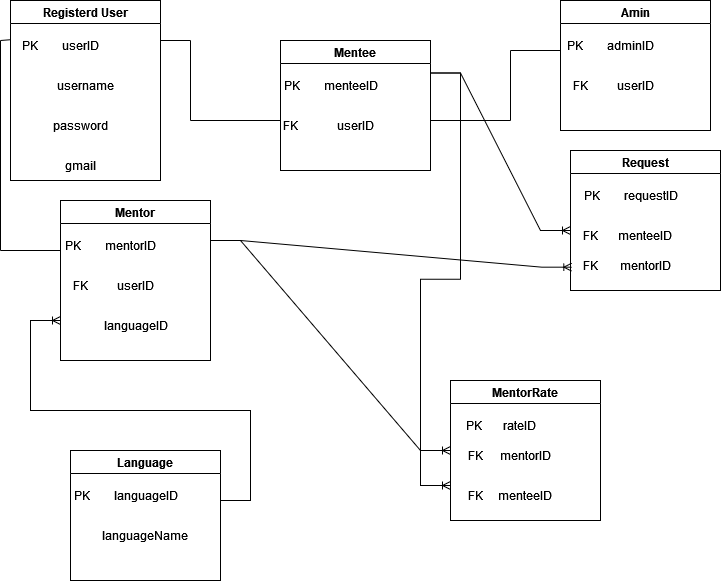
This is HappyProgramming_DB.drawio.png from dungdt23/SWP391_Document, a draw.io export, as it was before one commit. Source tidied: cells renumbered, new cells last; positions are measured from the earlier drawing's top-left corner, leaving out a move shared by most shapes.
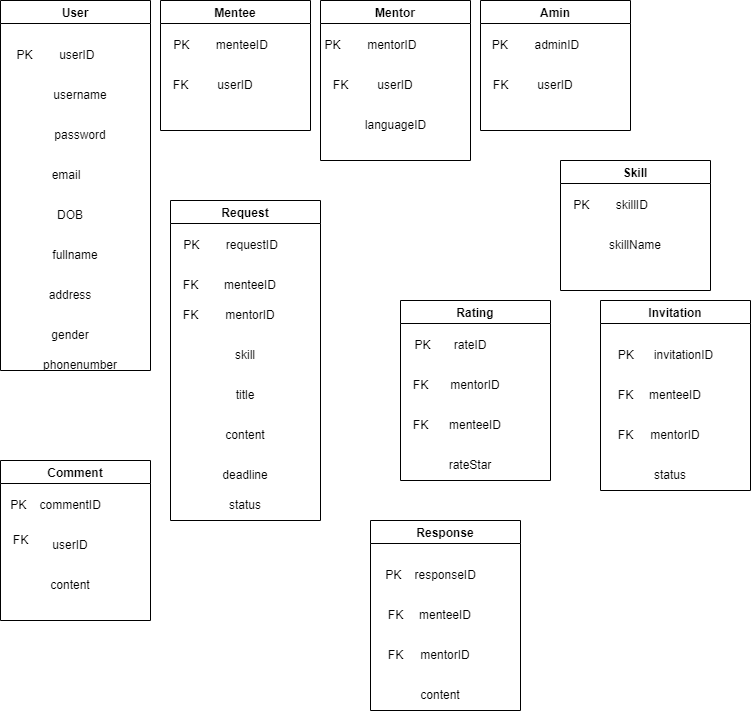
Above is the later version.

Change to the diagram source:
```diff
@@ -2,26 +2,41 @@
   <root>
     <mxCell id="0" />
     <mxCell id="1" parent="0" />
-    <mxCell id="2" value="Registerd User" style="swimlane;" parent="1" vertex="1">
-      <mxGeometry x="10" width="150" height="180" as="geometry" />
+    <mxCell id="2" value="User" style="swimlane;" parent="1" vertex="1">
+      <mxGeometry x="70" y="-30" width="150" height="370" as="geometry" />
     </mxCell>
     <mxCell id="3" value="PK&amp;nbsp;&amp;nbsp;&amp;nbsp;&amp;nbsp;&amp;nbsp;&amp;nbsp;&amp;nbsp; userID" style="text;html=1;align=center;verticalAlign=middle;points=[];strokeColor=none;fillColor=none;" parent="2" vertex="1">
-      <mxGeometry y="30" width="100" height="30" as="geometry" />
+      <mxGeometry x="5" y="40" width="100" height="30" as="geometry" />
     </mxCell>
     <mxCell id="4" value="username" style="text;html=1;strokeColor=none;fillColor=none;align=center;verticalAlign=middle;whiteSpace=wrap;rounded=0;" parent="2" vertex="1">
-      <mxGeometry x="45" y="70" width="60" height="30" as="geometry" />
+      <mxGeometry x="50" y="80" width="60" height="30" as="geometry" />
     </mxCell>
     <mxCell id="5" value="password" style="text;html=1;strokeColor=none;fillColor=none;align=center;verticalAlign=middle;whiteSpace=wrap;rounded=0;" parent="2" vertex="1">
-      <mxGeometry x="40" y="110" width="60" height="30" as="geometry" />
+      <mxGeometry x="50" y="120" width="60" height="30" as="geometry" />
     </mxCell>
-    <mxCell id="6" value="gmail" style="text;html=1;strokeColor=none;fillColor=none;align=center;verticalAlign=middle;whiteSpace=wrap;rounded=0;" parent="2" vertex="1">
-      <mxGeometry x="40" y="150" width="60" height="30" as="geometry" />
+    <mxCell id="6" value="&amp;nbsp;email&lt;span style=&quot;white-space: pre;&quot;&gt;&#9;&lt;/span&gt;" style="text;html=1;strokeColor=none;fillColor=none;align=center;verticalAlign=middle;whiteSpace=wrap;rounded=0;" parent="2" vertex="1">
+      <mxGeometry x="45" y="160" width="60" height="30" as="geometry" />
     </mxCell>
+    <mxCell id="49" value="DOB" style="text;html=1;strokeColor=none;fillColor=none;align=center;verticalAlign=middle;whiteSpace=wrap;rounded=0;" parent="2" vertex="1">
+      <mxGeometry x="40" y="200" width="60" height="30" as="geometry" />
+    </mxCell>
+    <mxCell id="50" value="fullname" style="text;html=1;strokeColor=none;fillColor=none;align=center;verticalAlign=middle;whiteSpace=wrap;rounded=0;" parent="2" vertex="1">
+      <mxGeometry x="45" y="240" width="60" height="30" as="geometry" />
+    </mxCell>
+    <mxCell id="51" value="address" style="text;html=1;strokeColor=none;fillColor=none;align=center;verticalAlign=middle;whiteSpace=wrap;rounded=0;" parent="2" vertex="1">
+      <mxGeometry x="40" y="280" width="60" height="30" as="geometry" />
+    </mxCell>
+    <mxCell id="52" value="gender" style="text;html=1;strokeColor=none;fillColor=none;align=center;verticalAlign=middle;whiteSpace=wrap;rounded=0;" parent="2" vertex="1">
+      <mxGeometry x="40" y="320" width="60" height="30" as="geometry" />
+    </mxCell>
+    <mxCell id="53" value="phonenumber" style="text;html=1;strokeColor=none;fillColor=none;align=center;verticalAlign=middle;whiteSpace=wrap;rounded=0;" parent="2" vertex="1">
+      <mxGeometry x="50" y="350" width="60" height="30" as="geometry" />
+    </mxCell>
     <mxCell id="7" value="Amin" style="swimlane;" parent="1" vertex="1">
-      <mxGeometry x="560" width="150" height="130" as="geometry" />
+      <mxGeometry x="550" y="-30" width="150" height="130" as="geometry" />
     </mxCell>
     <mxCell id="8" value="PK&amp;nbsp;&amp;nbsp;&amp;nbsp;&amp;nbsp;&amp;nbsp;&amp;nbsp;&amp;nbsp; adminID" style="text;html=1;align=center;verticalAlign=middle;strokeColor=none;fillColor=none;" parent="7" vertex="1">
-      <mxGeometry x="-5" y="30" width="110" height="30" as="geometry" />
+      <mxGeometry y="30" width="110" height="30" as="geometry" />
     </mxCell>
     <mxCell id="9" value="userID" style="text;html=1;strokeColor=none;fillColor=none;align=center;verticalAlign=middle;whiteSpace=wrap;rounded=0;" parent="7" vertex="1">
       <mxGeometry x="45" y="70" width="60" height="30" as="geometry" />
@@ -30,19 +45,19 @@
       <mxGeometry y="70" width="40" height="30" as="geometry" />
     </mxCell>
     <mxCell id="11" value="Mentee" style="swimlane;" parent="1" vertex="1">
-      <mxGeometry x="280" y="40" width="150" height="130" as="geometry" />
+      <mxGeometry x="230" y="-30" width="150" height="130" as="geometry" />
     </mxCell>
     <mxCell id="12" value="PK&amp;nbsp;&amp;nbsp;&amp;nbsp;&amp;nbsp;&amp;nbsp;&amp;nbsp;&amp;nbsp; menteeID" style="text;html=1;align=center;verticalAlign=middle;strokeColor=none;fillColor=none;" parent="11" vertex="1">
-      <mxGeometry x="-10" y="30" width="120" height="30" as="geometry" />
+      <mxGeometry y="30" width="120" height="30" as="geometry" />
     </mxCell>
     <mxCell id="13" value="userID" style="text;html=1;strokeColor=none;fillColor=none;align=center;verticalAlign=middle;whiteSpace=wrap;rounded=0;" parent="11" vertex="1">
       <mxGeometry x="45" y="70" width="60" height="30" as="geometry" />
     </mxCell>
     <mxCell id="14" value="FK" style="text;html=1;align=center;verticalAlign=middle;strokeColor=none;fillColor=none;" parent="11" vertex="1">
-      <mxGeometry x="-10" y="70" width="40" height="30" as="geometry" />
+      <mxGeometry y="70" width="40" height="30" as="geometry" />
     </mxCell>
     <mxCell id="15" value="Mentor" style="swimlane;" parent="1" vertex="1">
-      <mxGeometry x="60" y="200" width="150" height="160" as="geometry" />
+      <mxGeometry x="390" y="-30" width="150" height="160" as="geometry" />
     </mxCell>
     <mxCell id="16" value="PK&amp;nbsp;&amp;nbsp;&amp;nbsp;&amp;nbsp;&amp;nbsp;&amp;nbsp;&amp;nbsp; mentorID" style="text;html=1;align=center;verticalAlign=middle;strokeColor=none;fillColor=none;" parent="15" vertex="1">
       <mxGeometry x="-5" y="30" width="110" height="30" as="geometry" />
@@ -56,26 +71,26 @@
     <mxCell id="19" value="languageID" style="text;html=1;align=center;verticalAlign=middle;strokeColor=none;fillColor=none;" parent="15" vertex="1">
       <mxGeometry x="30" y="110" width="90" height="30" as="geometry" />
     </mxCell>
-    <mxCell id="20" value="Language" style="swimlane;startSize=23;" parent="1" vertex="1">
-      <mxGeometry x="70" y="450" width="150" height="130" as="geometry" />
+    <mxCell id="20" value="Skill" style="swimlane;startSize=23;" parent="1" vertex="1">
+      <mxGeometry x="630" y="130" width="150" height="130" as="geometry" />
     </mxCell>
-    <mxCell id="21" value="PK&amp;nbsp;&amp;nbsp;&amp;nbsp;&amp;nbsp;&amp;nbsp;&amp;nbsp;&amp;nbsp; languageID" style="text;html=1;align=center;verticalAlign=middle;strokeColor=none;fillColor=none;" parent="20" vertex="1">
-      <mxGeometry x="-10" y="30" width="130" height="30" as="geometry" />
+    <mxCell id="21" value="PK&amp;nbsp; &amp;nbsp; &amp;nbsp; &amp;nbsp; skillID" style="text;html=1;align=center;verticalAlign=middle;strokeColor=none;fillColor=none;" parent="20" vertex="1">
+      <mxGeometry y="30" width="100" height="30" as="geometry" />
     </mxCell>
-    <mxCell id="22" value="languageName" style="text;html=1;strokeColor=none;fillColor=none;align=center;verticalAlign=middle;whiteSpace=wrap;rounded=0;" parent="20" vertex="1">
+    <mxCell id="22" value="skillName" style="text;html=1;strokeColor=none;fillColor=none;align=center;verticalAlign=middle;whiteSpace=wrap;rounded=0;" parent="20" vertex="1">
       <mxGeometry x="45" y="70" width="60" height="30" as="geometry" />
     </mxCell>
     <mxCell id="23" value="Request" style="swimlane;" parent="1" vertex="1">
-      <mxGeometry x="570" y="150" width="150" height="140" as="geometry" />
+      <mxGeometry x="240" y="170" width="150" height="320" as="geometry" />
     </mxCell>
     <mxCell id="24" value="PK&amp;nbsp;&amp;nbsp;&amp;nbsp;&amp;nbsp;&amp;nbsp;&amp;nbsp;&amp;nbsp; requestID" style="text;html=1;align=center;verticalAlign=middle;strokeColor=none;fillColor=none;" parent="23" vertex="1">
       <mxGeometry y="30" width="120" height="30" as="geometry" />
     </mxCell>
     <mxCell id="25" value="menteeID" style="text;html=1;strokeColor=none;fillColor=none;align=center;verticalAlign=middle;whiteSpace=wrap;rounded=0;" parent="23" vertex="1">
-      <mxGeometry x="45" y="70" width="60" height="30" as="geometry" />
+      <mxGeometry x="50" y="70" width="60" height="30" as="geometry" />
     </mxCell>
     <mxCell id="26" value="mentorID" style="text;html=1;strokeColor=none;fillColor=none;align=center;verticalAlign=middle;whiteSpace=wrap;rounded=0;" parent="23" vertex="1">
-      <mxGeometry x="45" y="100" width="60" height="30" as="geometry" />
+      <mxGeometry x="50" y="100" width="60" height="30" as="geometry" />
     </mxCell>
     <mxCell id="27" value="FK" style="text;html=1;align=center;verticalAlign=middle;strokeColor=none;fillColor=none;" parent="23" vertex="1">
       <mxGeometry y="70" width="40" height="30" as="geometry" />
@@ -83,98 +98,98 @@
     <mxCell id="28" value="FK" style="text;html=1;align=center;verticalAlign=middle;points=[];strokeColor=none;fillColor=none;" parent="23" vertex="1">
       <mxGeometry y="100" width="40" height="30" as="geometry" />
     </mxCell>
+    <mxCell id="54" value="status" style="text;html=1;strokeColor=none;fillColor=none;align=center;verticalAlign=middle;whiteSpace=wrap;rounded=0;" parent="23" vertex="1">
+      <mxGeometry x="45" y="290" width="60" height="30" as="geometry" />
+    </mxCell>
+    <mxCell id="55" value="title" style="text;html=1;strokeColor=none;fillColor=none;align=center;verticalAlign=middle;whiteSpace=wrap;rounded=0;" parent="23" vertex="1">
+      <mxGeometry x="45" y="180" width="60" height="30" as="geometry" />
+    </mxCell>
+    <mxCell id="56" value="content" style="text;html=1;strokeColor=none;fillColor=none;align=center;verticalAlign=middle;whiteSpace=wrap;rounded=0;" parent="23" vertex="1">
+      <mxGeometry x="45" y="220" width="60" height="30" as="geometry" />
+    </mxCell>
+    <mxCell id="57" value="deadline" style="text;html=1;strokeColor=none;fillColor=none;align=center;verticalAlign=middle;whiteSpace=wrap;rounded=0;" parent="23" vertex="1">
+      <mxGeometry x="45" y="260" width="60" height="30" as="geometry" />
+    </mxCell>
+    <mxCell id="58" value="skill" style="text;html=1;strokeColor=none;fillColor=none;align=center;verticalAlign=middle;whiteSpace=wrap;rounded=0;" parent="23" vertex="1">
+      <mxGeometry x="45" y="140" width="60" height="30" as="geometry" />
+    </mxCell>
-    <mxCell id="29" value="MentorRate" style="swimlane;" parent="1" vertex="1">
-      <mxGeometry x="450" y="380" width="150" height="140" as="geometry" />
+    <mxCell id="29" value="Rating" style="swimlane;" parent="1" vertex="1">
+      <mxGeometry x="470" y="270" width="150" height="180" as="geometry" />
     </mxCell>
     <mxCell id="30" value="PK&amp;nbsp;&amp;nbsp;&amp;nbsp;&amp;nbsp;&amp;nbsp;&amp;nbsp; rateID" style="text;html=1;align=center;verticalAlign=middle;strokeColor=none;fillColor=none;" parent="29" vertex="1">
       <mxGeometry x="5" y="30" width="90" height="30" as="geometry" />
     </mxCell>
     <mxCell id="31" value="mentorID" style="text;html=1;strokeColor=none;fillColor=none;align=center;verticalAlign=middle;whiteSpace=wrap;rounded=0;" parent="29" vertex="1">
-      <mxGeometry x="45" y="60" width="60" height="30" as="geometry" />
+      <mxGeometry x="45" y="70" width="60" height="30" as="geometry" />
     </mxCell>
     <mxCell id="32" value="FK" style="text;html=1;align=center;verticalAlign=middle;strokeColor=none;fillColor=none;" parent="29" vertex="1">
-      <mxGeometry x="5" y="60" width="40" height="30" as="geometry" />
+      <mxGeometry y="70" width="40" height="30" as="geometry" />
     </mxCell>
     <mxCell id="33" value="menteeID" style="text;html=1;strokeColor=none;fillColor=none;align=center;verticalAlign=middle;whiteSpace=wrap;rounded=0;" parent="29" vertex="1">
-      <mxGeometry x="45" y="100" width="60" height="30" as="geometry" />
+      <mxGeometry x="45" y="110" width="60" height="30" as="geometry" />
     </mxCell>
     <mxCell id="34" value="FK" style="text;html=1;align=center;verticalAlign=middle;strokeColor=none;fillColor=none;" parent="29" vertex="1">
-      <mxGeometry x="5" y="100" width="40" height="30" as="geometry" />
+      <mxGeometry y="110" width="40" height="30" as="geometry" />
     </mxCell>
-    <mxCell id="35" style="endArrow=none;html=1;rounded=0;" parent="1" edge="1">
-      <mxGeometry relative="1" as="geometry">
-        <mxPoint x="190" y="120" as="sourcePoint" />
-        <mxPoint x="280" y="120" as="targetPoint" />
-      </mxGeometry>
-    </mxCell>
-    <mxCell id="36" style="endArrow=none;html=1;rounded=0;" parent="1" edge="1">
-      <mxGeometry relative="1" as="geometry">
-        <mxPoint x="190" y="120" as="sourcePoint" />
-        <mxPoint x="190" y="40" as="targetPoint" />
-      </mxGeometry>
-    </mxCell>
-    <mxCell id="37" style="endArrow=none;html=1;rounded=0;" parent="1" edge="1">
-      <mxGeometry relative="1" as="geometry">
-        <mxPoint x="160" y="40" as="sourcePoint" />
-        <mxPoint x="190" y="40" as="targetPoint" />
-      </mxGeometry>
-    </mxCell>
-    <mxCell id="38" style="endArrow=none;html=1;rounded=0;" parent="1" edge="1">
-      <mxGeometry relative="1" as="geometry">
-        <mxPoint x="430" y="120" as="sourcePoint" />
-        <mxPoint x="510" y="120" as="targetPoint" />
-      </mxGeometry>
-    </mxCell>
-    <mxCell id="39" style="endArrow=none;html=1;rounded=0;" parent="1" edge="1">
-      <mxGeometry relative="1" as="geometry">
-        <mxPoint x="510" y="50" as="sourcePoint" />
-        <mxPoint x="510" y="120" as="targetPoint" />
-      </mxGeometry>
-    </mxCell>
-    <mxCell id="40" style="endArrow=none;html=1;rounded=0;" parent="1" edge="1">
-      <mxGeometry relative="1" as="geometry">
-        <mxPoint x="510" y="50" as="sourcePoint" />
-        <mxPoint x="560" y="50" as="targetPoint" />
-      </mxGeometry>
-    </mxCell>
-    <mxCell id="41" style="endArrow=none;html=1;rounded=0;" parent="1" edge="1">
-      <mxGeometry relative="1" as="geometry">
-        <mxPoint y="250" as="sourcePoint" />
-        <mxPoint x="60" y="250" as="targetPoint" />
-      </mxGeometry>
-    </mxCell>
-    <mxCell id="42" style="endArrow=none;html=1;rounded=0;" parent="1" edge="1">
-      <mxGeometry relative="1" as="geometry">
-        <mxPoint y="250" as="sourcePoint" />
-        <mxPoint y="40" as="targetPoint" />
-      </mxGeometry>
-    </mxCell>
-    <mxCell id="43" style="endArrow=none;html=1;rounded=0;entryX=0.005;entryY=0.306;entryDx=0;entryDy=0;entryPerimeter=0;" parent="1" edge="1" target="3">
-      <mxGeometry relative="1" as="geometry">
-        <mxPoint y="40" as="sourcePoint" />
-      </mxGeometry>
-    </mxCell>
-    <mxCell id="44" style="edgeStyle=entityRelationEdgeStyle;fontSize=12;html=1;endArrow=ERoneToMany;rounded=0;" parent="1" edge="1">
-      <mxGeometry relative="1" as="geometry">
-        <mxPoint x="220" y="500" as="sourcePoint" />
-        <mxPoint x="60" y="320" as="targetPoint" />
-      </mxGeometry>
-    </mxCell>
-    <mxCell id="45" style="edgeStyle=entityRelationEdgeStyle;fontSize=12;html=1;endArrow=ERoneToMany;rounded=0;exitX=1;exitY=0.25;exitDx=0;exitDy=0;" parent="1" edge="1" source="11">
-      <mxGeometry relative="1" as="geometry">
-        <mxPoint x="570" y="230" as="targetPoint" />
-      </mxGeometry>
-    </mxCell>
-    <mxCell id="46" style="edgeStyle=entityRelationEdgeStyle;fontSize=12;html=1;endArrow=ERoneToMany;rounded=0;exitX=1;exitY=0.25;exitDx=0;exitDy=0;entryX=0.033;entryY=0.556;entryDx=0;entryDy=0;entryPerimeter=0;" parent="1" edge="1" source="15" target="28">
-      <mxGeometry relative="1" as="geometry" />
-    </mxCell>
-    <mxCell id="47" style="edgeStyle=entityRelationEdgeStyle;fontSize=12;html=1;endArrow=ERoneToMany;rounded=0;entryX=0;entryY=0.5;entryDx=0;entryDy=0;" parent="1" edge="1" target="29">
-      <mxGeometry relative="1" as="geometry">
-        <mxPoint x="210" y="240" as="sourcePoint" />
-      </mxGeometry>
-    </mxCell>
-    <mxCell id="48" style="edgeStyle=entityRelationEdgeStyle;fontSize=12;html=1;endArrow=ERoneToMany;rounded=0;exitX=1;exitY=0.25;exitDx=0;exitDy=0;entryX=0;entryY=0.75;entryDx=0;entryDy=0;" parent="1" edge="1" source="11" target="29">
-      <mxGeometry relative="1" as="geometry" />
-    </mxCell>
+    <mxCell id="59" value="rateStar" style="text;html=1;strokeColor=none;fillColor=none;align=center;verticalAlign=middle;whiteSpace=wrap;rounded=0;" parent="29" vertex="1">
+      <mxGeometry x="40" y="150" width="60" height="30" as="geometry" />
+    </mxCell>
+    <mxCell id="60" value="Invitation" style="swimlane;" parent="1" vertex="1">
+      <mxGeometry x="670" y="270" width="150" height="190" as="geometry" />
+    </mxCell>
+    <mxCell id="61" value="PK&amp;nbsp; &amp;nbsp; &amp;nbsp; invitationID" style="text;html=1;align=center;verticalAlign=middle;strokeColor=none;fillColor=none;" parent="60" vertex="1">
+      <mxGeometry x="5" y="40" width="120" height="30" as="geometry" />
+    </mxCell>
+    <mxCell id="62" value="menteeID" style="text;html=1;strokeColor=none;fillColor=none;align=center;verticalAlign=middle;whiteSpace=wrap;rounded=0;" parent="60" vertex="1">
+      <mxGeometry x="45" y="80" width="60" height="30" as="geometry" />
+    </mxCell>
+    <mxCell id="63" value="mentorID" style="text;html=1;strokeColor=none;fillColor=none;align=center;verticalAlign=middle;whiteSpace=wrap;rounded=0;" parent="60" vertex="1">
+      <mxGeometry x="45" y="120" width="60" height="30" as="geometry" />
+    </mxCell>
+    <mxCell id="64" value="FK" style="text;html=1;align=center;verticalAlign=middle;strokeColor=none;fillColor=none;" parent="60" vertex="1">
+      <mxGeometry x="5" y="80" width="40" height="30" as="geometry" />
+    </mxCell>
+    <mxCell id="65" value="FK" style="text;html=1;align=center;verticalAlign=middle;strokeColor=none;fillColor=none;" parent="60" vertex="1">
+      <mxGeometry x="5" y="120" width="40" height="30" as="geometry" />
+    </mxCell>
+    <mxCell id="66" value="status" style="text;html=1;strokeColor=none;fillColor=none;align=center;verticalAlign=middle;whiteSpace=wrap;rounded=0;" parent="60" vertex="1">
+      <mxGeometry x="40" y="160" width="60" height="30" as="geometry" />
+    </mxCell>
+    <mxCell id="67" value="Response" style="swimlane;" parent="1" vertex="1">
+      <mxGeometry x="440" y="490" width="150" height="190" as="geometry" />
+    </mxCell>
+    <mxCell id="68" value="PK&amp;nbsp; &amp;nbsp; responseID" style="text;html=1;align=center;verticalAlign=middle;strokeColor=none;fillColor=none;" parent="67" vertex="1">
+      <mxGeometry x="5" y="40" width="110" height="30" as="geometry" />
+    </mxCell>
+    <mxCell id="69" value="menteeID" style="text;html=1;strokeColor=none;fillColor=none;align=center;verticalAlign=middle;whiteSpace=wrap;rounded=0;" parent="67" vertex="1">
+      <mxGeometry x="45" y="80" width="60" height="30" as="geometry" />
+    </mxCell>
+    <mxCell id="70" value="mentorID" style="text;html=1;strokeColor=none;fillColor=none;align=center;verticalAlign=middle;whiteSpace=wrap;rounded=0;" parent="67" vertex="1">
+      <mxGeometry x="45" y="120" width="60" height="30" as="geometry" />
+    </mxCell>
+    <mxCell id="71" value="FK" style="text;html=1;align=center;verticalAlign=middle;strokeColor=none;fillColor=none;" parent="67" vertex="1">
+      <mxGeometry x="5" y="80" width="40" height="30" as="geometry" />
+    </mxCell>
+    <mxCell id="72" value="FK" style="text;html=1;align=center;verticalAlign=middle;strokeColor=none;fillColor=none;" parent="67" vertex="1">
+      <mxGeometry x="5" y="120" width="40" height="30" as="geometry" />
+    </mxCell>
+    <mxCell id="73" value="content" style="text;html=1;strokeColor=none;fillColor=none;align=center;verticalAlign=middle;whiteSpace=wrap;rounded=0;" parent="67" vertex="1">
+      <mxGeometry x="40" y="160" width="60" height="30" as="geometry" />
+    </mxCell>
+    <mxCell id="74" value="Comment" style="swimlane;" parent="1" vertex="1">
+      <mxGeometry x="70" y="430" width="150" height="160" as="geometry" />
+    </mxCell>
+    <mxCell id="75" value="PK&amp;nbsp; &amp;nbsp; commentID" style="text;html=1;align=center;verticalAlign=middle;strokeColor=none;fillColor=none;" parent="74" vertex="1">
+      <mxGeometry y="30" width="110" height="30" as="geometry" />
+    </mxCell>
+    <mxCell id="76" value="userID" style="text;html=1;strokeColor=none;fillColor=none;align=center;verticalAlign=middle;whiteSpace=wrap;rounded=0;" parent="74" vertex="1">
+      <mxGeometry x="40" y="70" width="60" height="30" as="geometry" />
+    </mxCell>
+    <mxCell id="77" value="FK" style="text;html=1;align=center;verticalAlign=middle;strokeColor=none;fillColor=none;" parent="74" vertex="1">
+      <mxGeometry y="65" width="40" height="30" as="geometry" />
+    </mxCell>
+    <mxCell id="78" value="content" style="text;html=1;strokeColor=none;fillColor=none;align=center;verticalAlign=middle;whiteSpace=wrap;rounded=0;" parent="74" vertex="1">
+      <mxGeometry x="40" y="110" width="60" height="30" as="geometry" />
+    </mxCell>
   </root>
 </mxGraphModel>
```
